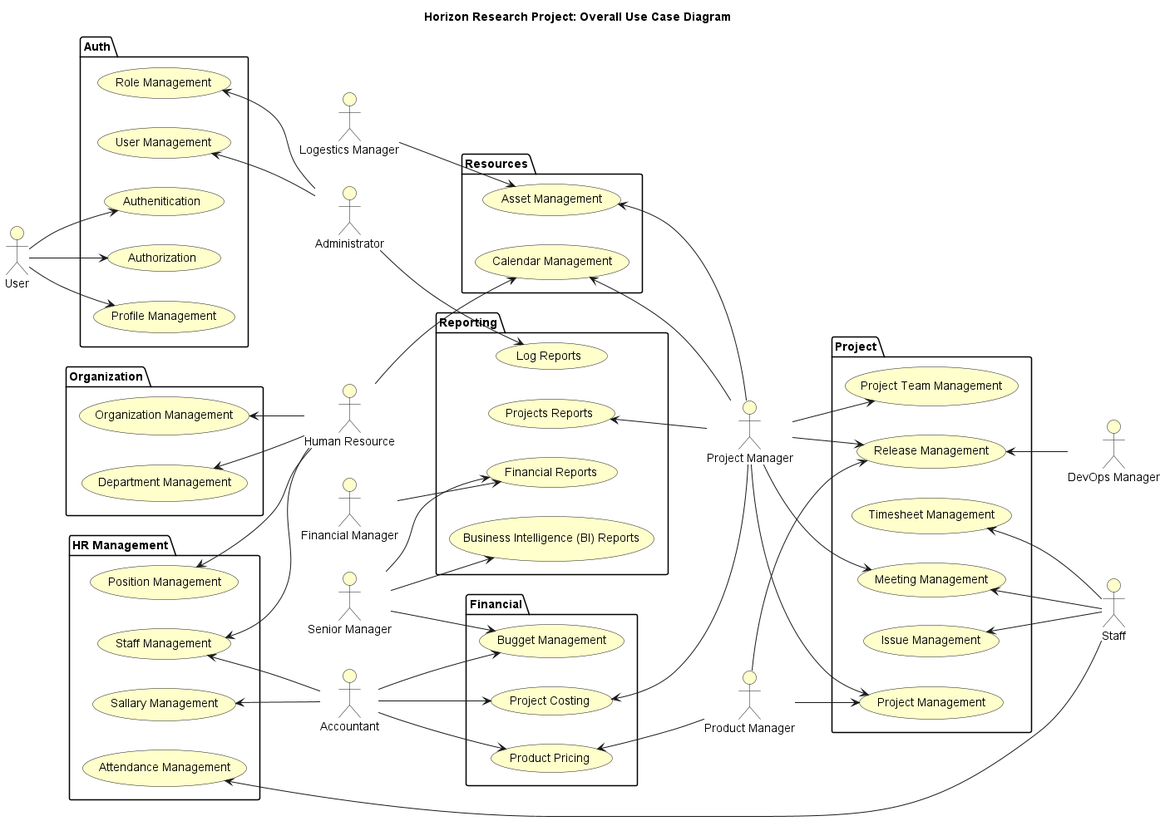
Before: HorizonUml/out/UseCase/Use Case/Overall/OverallUseCaseDiagram.png, a diagram exported from PlantUML (mahyaresteki/Horizon).
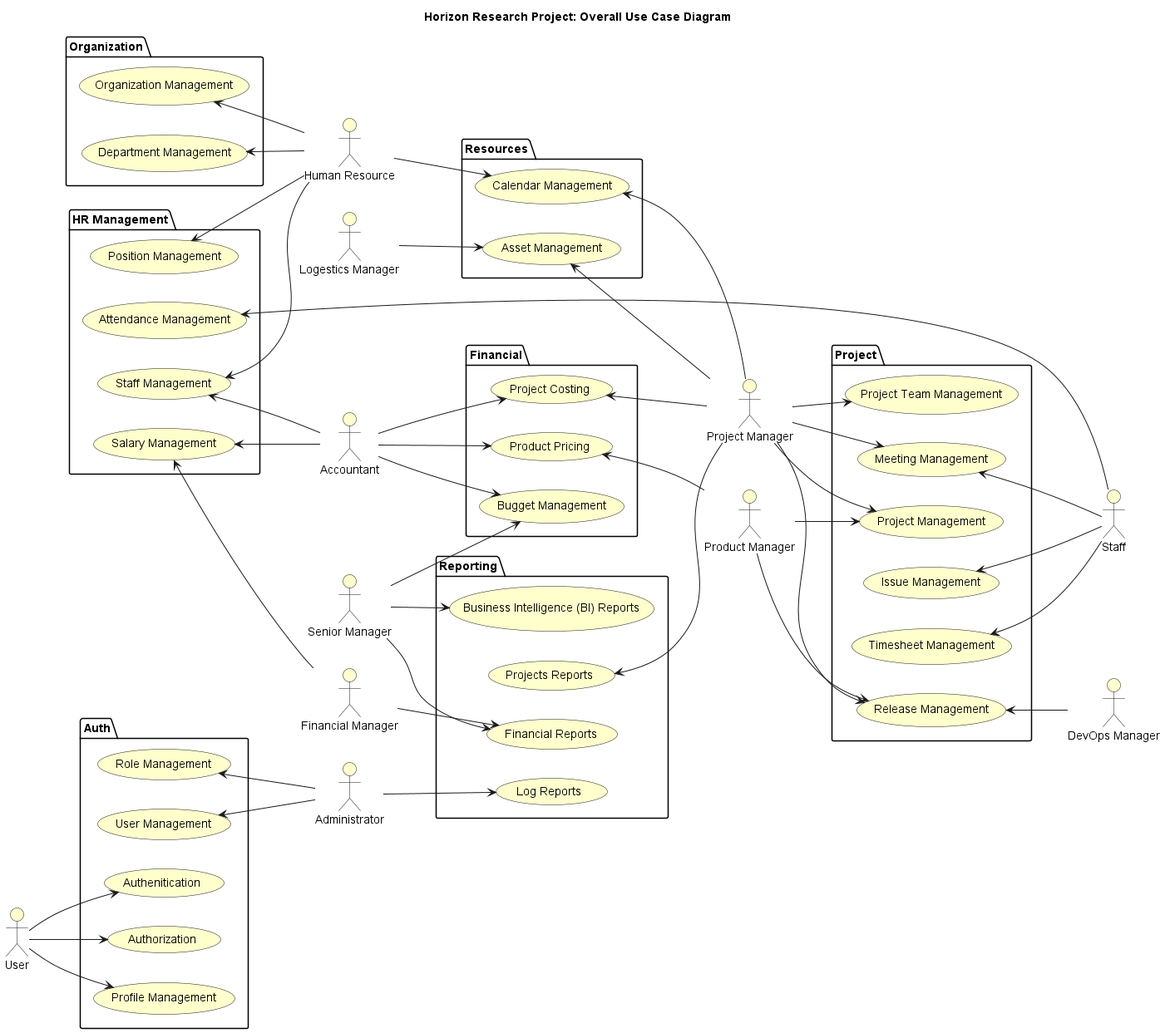
The same file after the commit.

Diff of the diagram source:
```diff
@@ -17,7 +17,6 @@
 :DevOps Manager: as DevOpsManager
 :Logestics Manager: as LogesticsManager
 :Product Manager: as ProductManager
-:Staff: as Staff
 
 
 package "Auth"{
@@ -37,7 +36,7 @@
     usecase "Position Management" as positionManagement
     usecase "Staff Management" as staffManagement
     usecase "Attendance Management" as attendanceManagement
-    usecase "Sallary Management" as sallaryManagement
+    usecase "Salary Management" as salaryManagement
 }
 
 package "Resources"{
@@ -78,7 +77,7 @@
 userManagement <-- Admin
 staffManagement <-- HR
 staffManagement <-- Accountant
-sallaryManagement <-- Accountant
+salaryManagement <-- Accountant
 Accountant --> costing
 Accountant --> pricing
 Accountant --> bugget
@@ -109,5 +108,6 @@
 SeniorManager --> financialReport
 SeniorManager --> biReport
 projectReport <-- PMO
+salaryManagement <-- Fmanager
 
 @enduml
```
